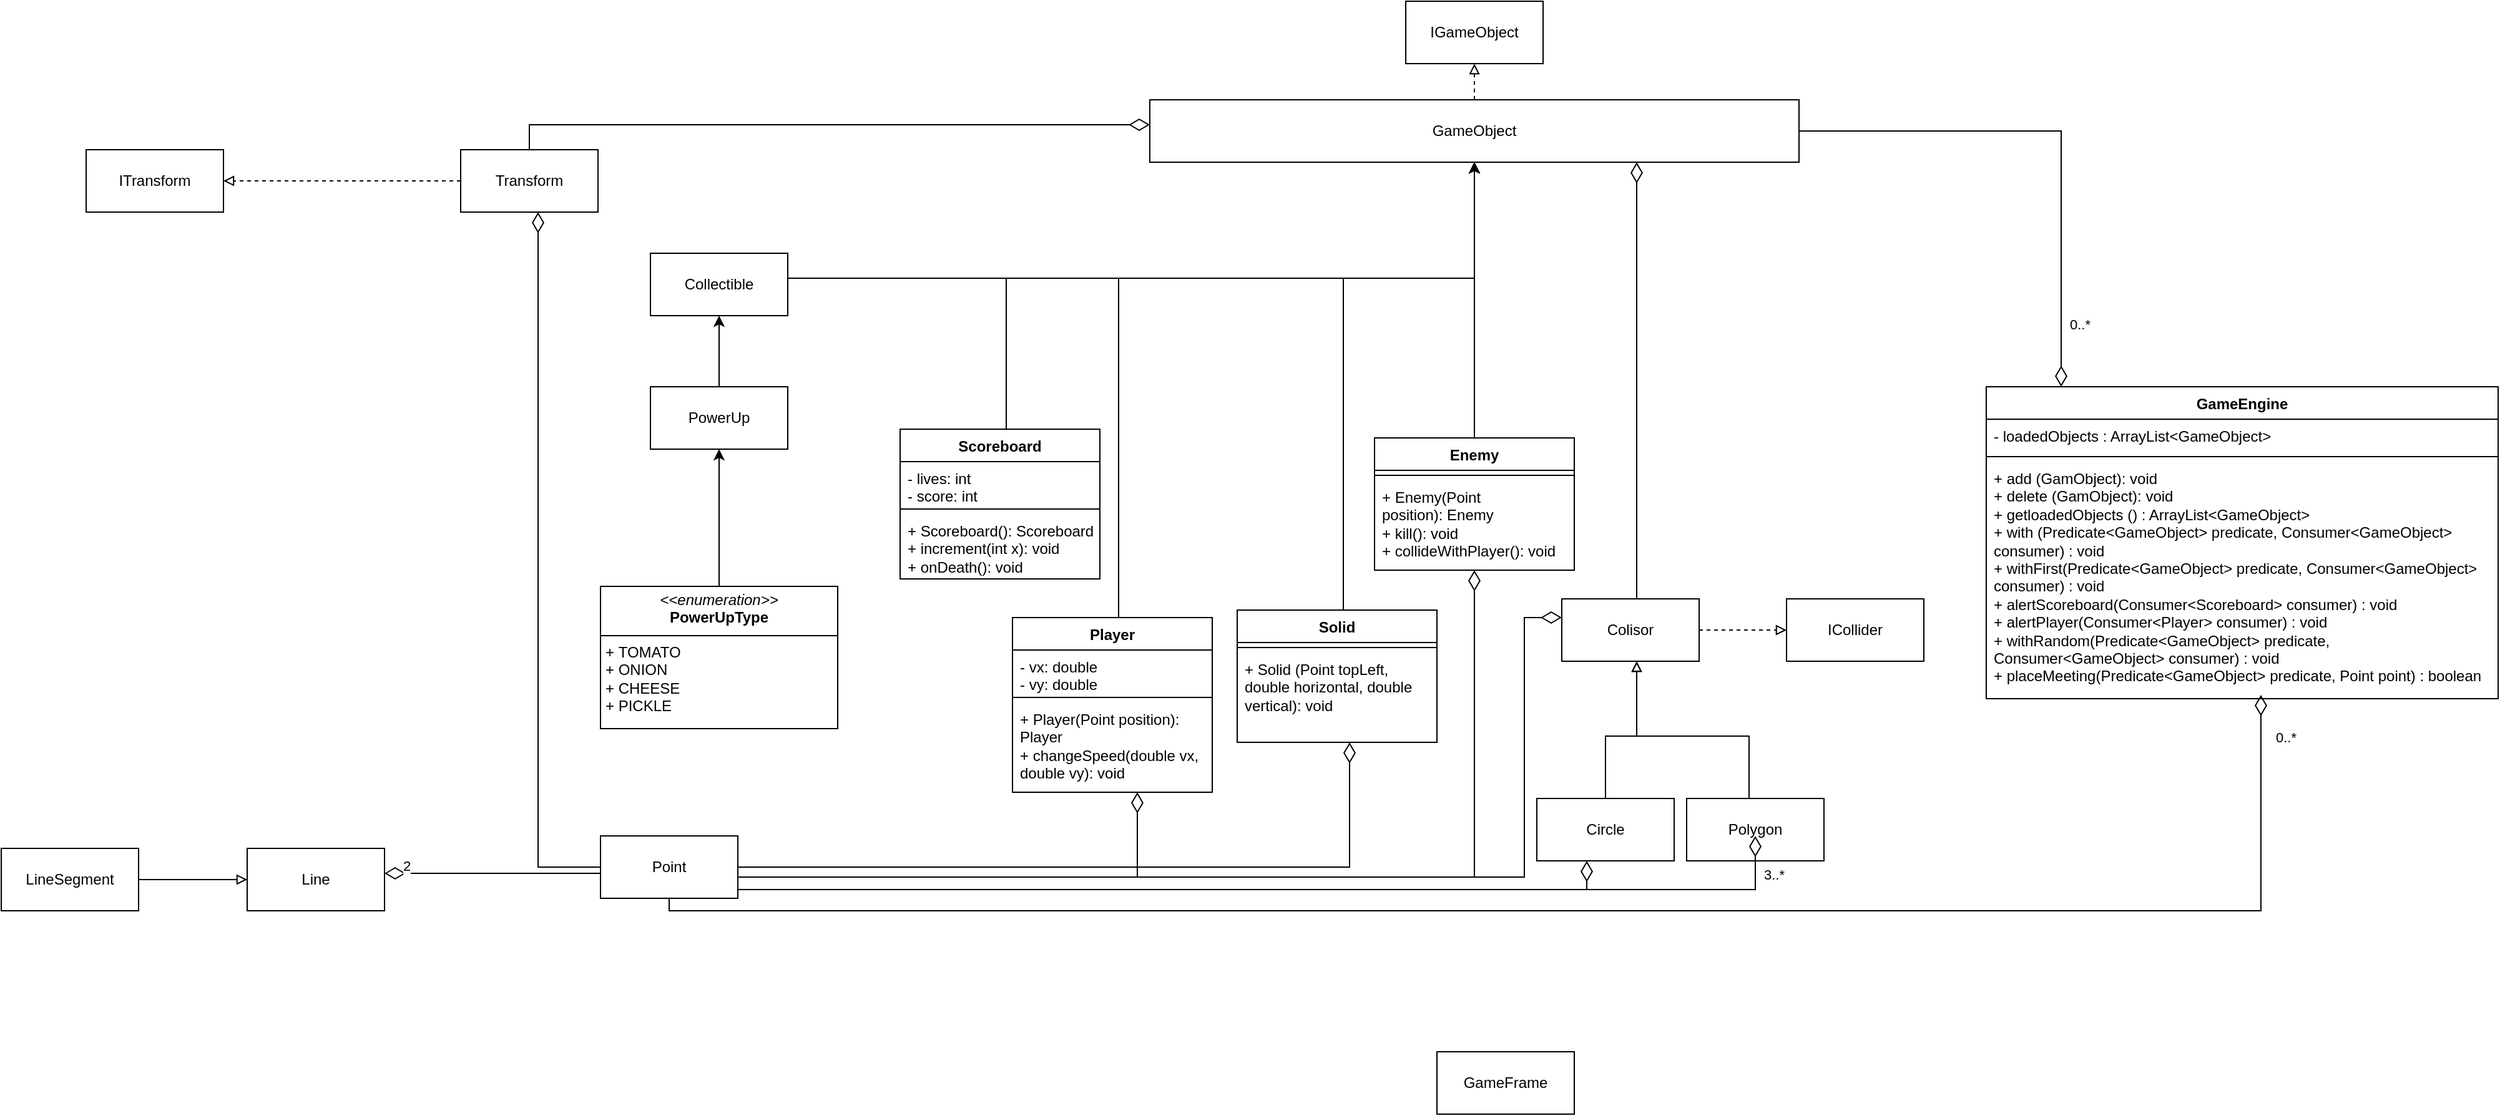
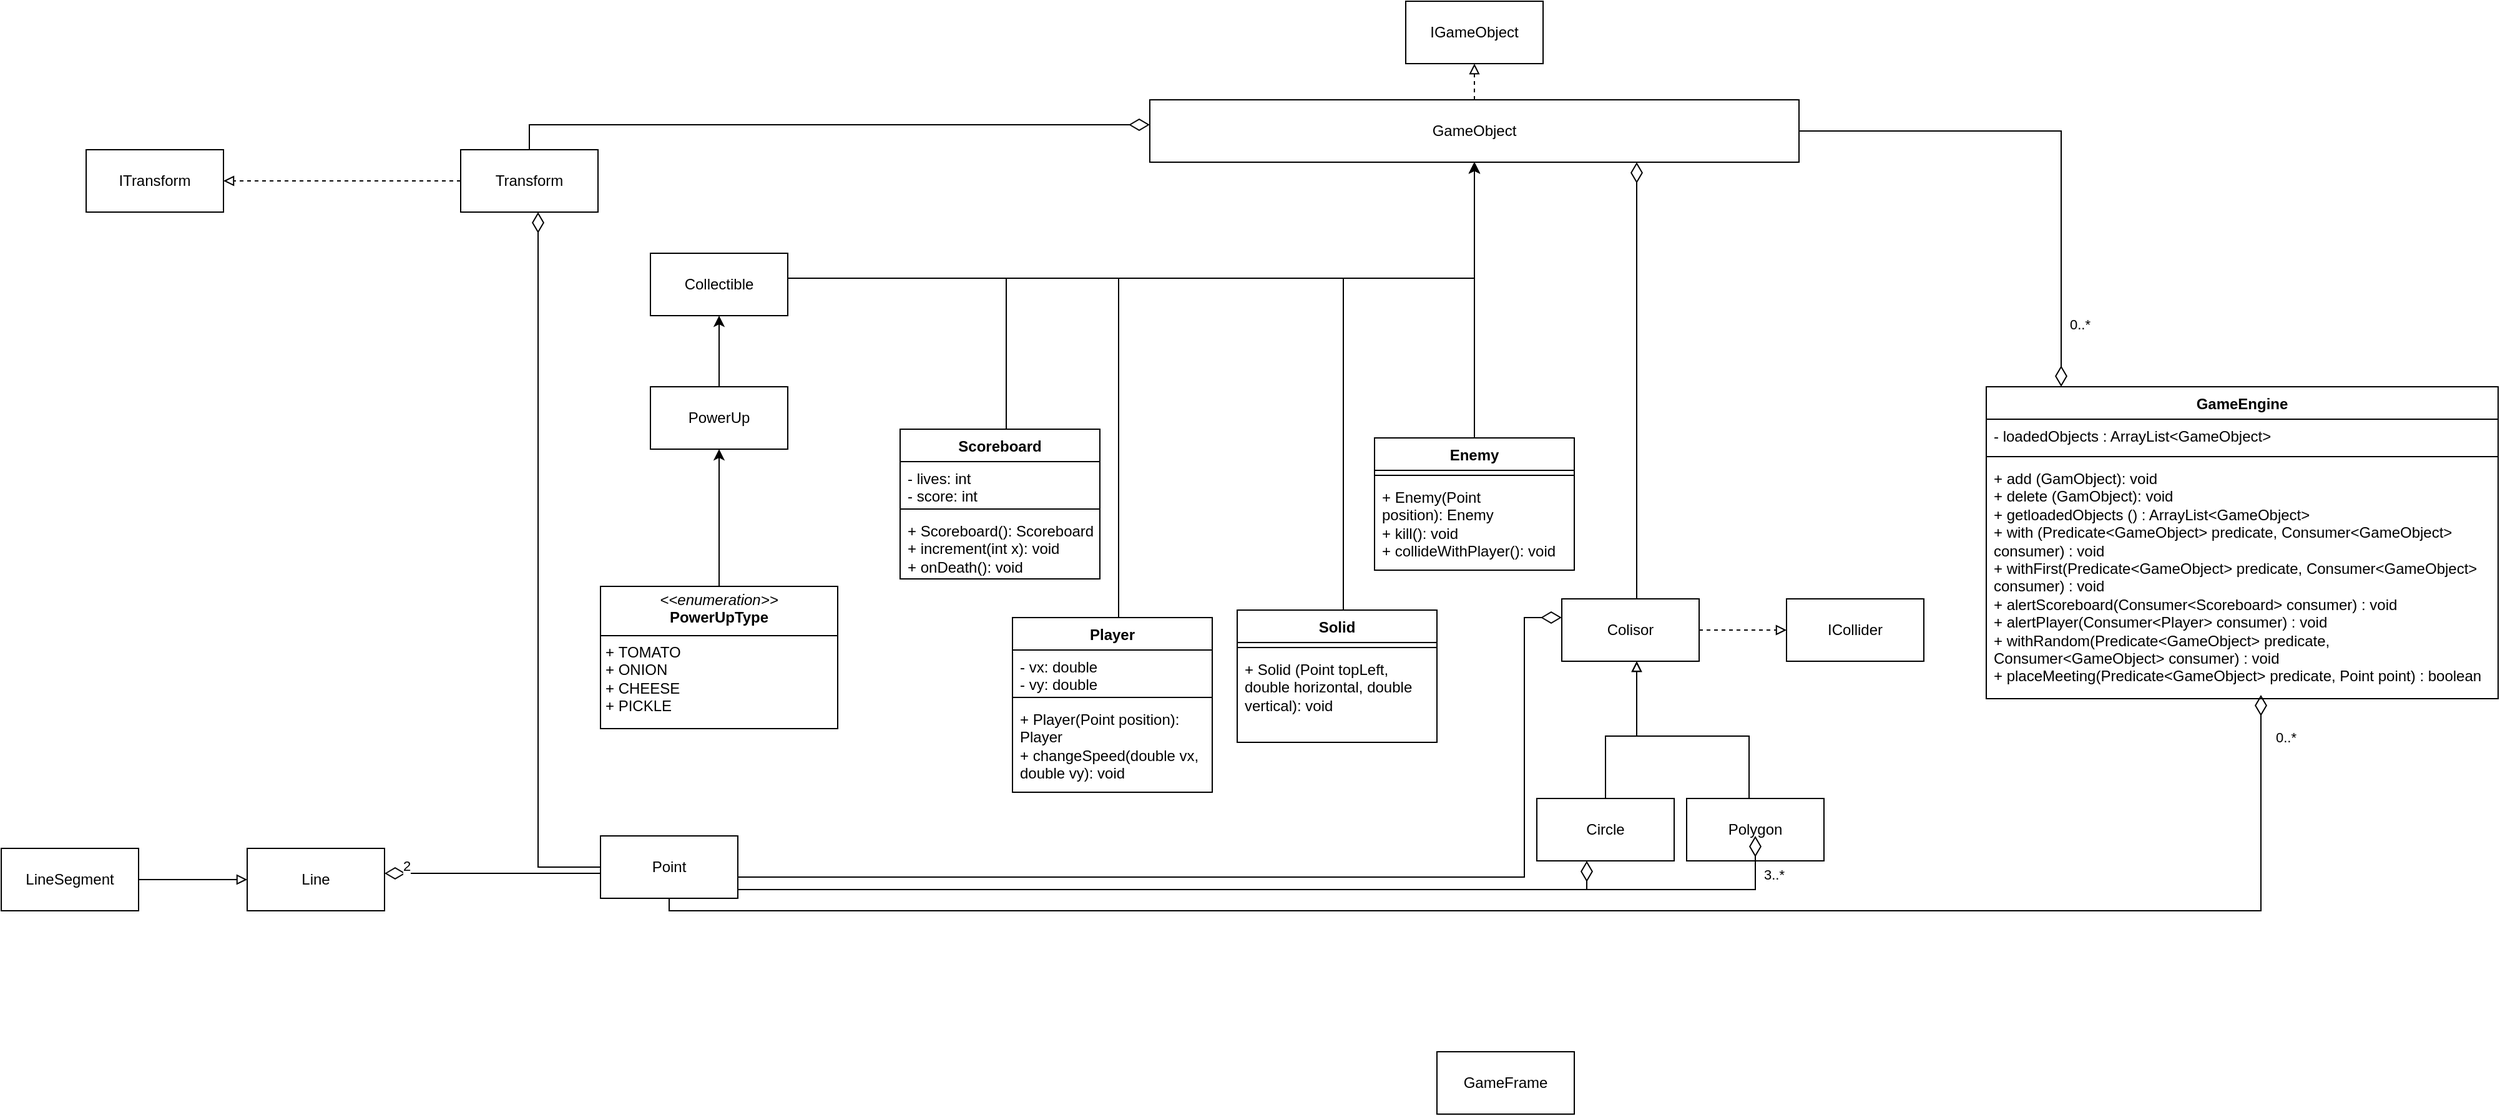
<mxfile host="Electron" agent="Mozilla/5.0 (X11; Linux x86_64) AppleWebKit/537.36 (KHTML, like Gecko) draw.io/26.2.2 Chrome/134.0.6998.178 Electron/35.1.2 Safari/537.36" version="26.2.2">
  <diagram name="Página-1" id="TPAtXWxRkIJJQsbXMNPa">
-     <mxGraphModel dx="2330" dy="2041" grid="1" gridSize="10" guides="1" tooltips="1" connect="1" arrows="1" fold="1" page="1" pageScale="1" pageWidth="827" pageHeight="1169" math="0" shadow="0">
+     <mxGraphModel dx="2255" dy="1997" grid="1" gridSize="10" guides="1" tooltips="1" connect="1" arrows="1" fold="1" page="1" pageScale="1" pageWidth="827" pageHeight="1169" math="0" shadow="0">
      <root>
        <mxCell id="0" />
        <mxCell id="1" parent="0" />
        <mxCell id="iqAs6xTmjVzmR_10nm-_-47" value="Polygon" style="html=1;whiteSpace=wrap;" parent="1" vertex="1">
          <mxGeometry x="750" y="-433" width="110" height="50" as="geometry" />
        </mxCell>
        <mxCell id="iqAs6xTmjVzmR_10nm-_-53" value="" style="endArrow=none;html=1;endSize=12;startArrow=diamondThin;startSize=14;startFill=0;edgeStyle=orthogonalEdgeStyle;align=left;verticalAlign=bottom;rounded=0;endFill=0;" parent="1" source="iqAs6xTmjVzmR_10nm-_-61" target="iqAs6xTmjVzmR_10nm-_-60" edge="1">
          <mxGeometry x="-1" y="3" relative="1" as="geometry">
            <mxPoint x="270" y="-463" as="sourcePoint" />
            <mxPoint x="400" y="-463" as="targetPoint" />
            <Array as="points">
              <mxPoint x="620" y="-578" />
              <mxPoint x="620" y="-370" />
            </Array>
          </mxGeometry>
        </mxCell>
        <mxCell id="iqAs6xTmjVzmR_10nm-_-54" value="3..*" style="endArrow=none;html=1;endSize=12;startArrow=diamondThin;startSize=14;startFill=0;edgeStyle=orthogonalEdgeStyle;align=left;verticalAlign=bottom;rounded=0;endFill=0;" parent="1" edge="1">
          <mxGeometry x="-0.9071" y="5" relative="1" as="geometry">
            <mxPoint x="805" y="-403" as="sourcePoint" />
            <mxPoint x="-10" y="-363" as="targetPoint" />
            <Array as="points">
              <mxPoint x="805" y="-360" />
              <mxPoint x="-10" y="-360" />
            </Array>
            <mxPoint as="offset" />
          </mxGeometry>
        </mxCell>
        <mxCell id="iqAs6xTmjVzmR_10nm-_-55" style="edgeStyle=orthogonalEdgeStyle;rounded=0;orthogonalLoop=1;jettySize=auto;html=1;endArrow=block;endFill=0;" parent="1" source="iqAs6xTmjVzmR_10nm-_-58" target="iqAs6xTmjVzmR_10nm-_-56" edge="1">
          <mxGeometry relative="1" as="geometry">
            <mxPoint x="461" y="-48" as="sourcePoint" />
            <Array as="points">
              <mxPoint x="-440" y="-368" />
              <mxPoint x="-440" y="-368" />
            </Array>
            <mxPoint x="419" y="-188" as="targetPoint" />
          </mxGeometry>
        </mxCell>
        <mxCell id="iqAs6xTmjVzmR_10nm-_-56" value="Line" style="html=1;whiteSpace=wrap;" parent="1" vertex="1">
          <mxGeometry x="-403" y="-393" width="110" height="50" as="geometry" />
        </mxCell>
        <mxCell id="iqAs6xTmjVzmR_10nm-_-58" value="LineSegment" style="html=1;whiteSpace=wrap;" parent="1" vertex="1">
          <mxGeometry x="-600" y="-393" width="110" height="50" as="geometry" />
        </mxCell>
        <mxCell id="iqAs6xTmjVzmR_10nm-_-59" value="Circle" style="html=1;whiteSpace=wrap;" parent="1" vertex="1">
          <mxGeometry x="630" y="-433" width="110" height="50" as="geometry" />
        </mxCell>
        <mxCell id="iqAs6xTmjVzmR_10nm-_-60" value="Point" style="html=1;whiteSpace=wrap;" parent="1" vertex="1">
          <mxGeometry x="-120" y="-403" width="110" height="50" as="geometry" />
        </mxCell>
        <mxCell id="iqAs6xTmjVzmR_10nm-_-61" value="Colisor" style="html=1;whiteSpace=wrap;" parent="1" vertex="1">
          <mxGeometry x="650" y="-593" width="110" height="50" as="geometry" />
        </mxCell>
        <mxCell id="iqAs6xTmjVzmR_10nm-_-63" value="" style="endArrow=block;dashed=1;html=1;rounded=0;startArrow=none;startFill=0;endFill=0;" parent="1" source="iqAs6xTmjVzmR_10nm-_-64" target="iqAs6xTmjVzmR_10nm-_-65" edge="1">
          <mxGeometry width="50" height="50" relative="1" as="geometry">
            <mxPoint x="537" y="-605" as="sourcePoint" />
            <mxPoint x="300" y="-653" as="targetPoint" />
          </mxGeometry>
        </mxCell>
        <mxCell id="iqAs6xTmjVzmR_10nm-_-64" value="Transform" style="html=1;whiteSpace=wrap;" parent="1" vertex="1">
          <mxGeometry x="-232" y="-953" width="110" height="50" as="geometry" />
        </mxCell>
        <mxCell id="iqAs6xTmjVzmR_10nm-_-65" value="ITransform" style="html=1;whiteSpace=wrap;" parent="1" vertex="1">
          <mxGeometry x="-532" y="-953" width="110" height="50" as="geometry" />
        </mxCell>
        <mxCell id="iqAs6xTmjVzmR_10nm-_-66" value="IGameObject" style="html=1;whiteSpace=wrap;" parent="1" vertex="1">
          <mxGeometry x="525" y="-1072" width="110" height="50" as="geometry" />
        </mxCell>
        <mxCell id="iqAs6xTmjVzmR_10nm-_-67" value="GameObject" style="html=1;whiteSpace=wrap;" parent="1" vertex="1">
          <mxGeometry x="320" y="-993" width="520" height="50" as="geometry" />
        </mxCell>
        <mxCell id="iqAs6xTmjVzmR_10nm-_-69" value="ICollider" style="html=1;whiteSpace=wrap;" parent="1" vertex="1">
          <mxGeometry x="830" y="-593" width="110" height="50" as="geometry" />
        </mxCell>
        <mxCell id="iqAs6xTmjVzmR_10nm-_-70" style="edgeStyle=orthogonalEdgeStyle;rounded=0;orthogonalLoop=1;jettySize=auto;html=1;endArrow=block;endFill=0;exitX=0.5;exitY=0;exitDx=0;exitDy=0;" parent="1" source="iqAs6xTmjVzmR_10nm-_-47" target="iqAs6xTmjVzmR_10nm-_-61" edge="1">
          <mxGeometry relative="1" as="geometry">
            <mxPoint x="722" y="-333" as="sourcePoint" />
            <Array as="points">
              <mxPoint x="800" y="-433" />
              <mxPoint x="800" y="-483" />
              <mxPoint x="710" y="-483" />
            </Array>
            <mxPoint x="680" y="-473" as="targetPoint" />
          </mxGeometry>
        </mxCell>
        <mxCell id="iqAs6xTmjVzmR_10nm-_-71" value="2" style="endArrow=none;html=1;endSize=12;startArrow=diamondThin;startSize=14;startFill=0;edgeStyle=orthogonalEdgeStyle;align=left;verticalAlign=bottom;rounded=0;endFill=0;" parent="1" source="iqAs6xTmjVzmR_10nm-_-56" target="iqAs6xTmjVzmR_10nm-_-60" edge="1">
          <mxGeometry x="-0.8497" y="-3" relative="1" as="geometry">
            <mxPoint x="328" y="-143" as="sourcePoint" />
            <mxPoint x="513" y="-293" as="targetPoint" />
            <Array as="points">
              <mxPoint x="-220" y="-373" />
              <mxPoint x="-220" y="-373" />
            </Array>
            <mxPoint as="offset" />
          </mxGeometry>
        </mxCell>
        <mxCell id="iqAs6xTmjVzmR_10nm-_-72" value="" style="endArrow=block;dashed=1;html=1;rounded=0;startArrow=none;startFill=0;endFill=0;" parent="1" source="iqAs6xTmjVzmR_10nm-_-67" target="iqAs6xTmjVzmR_10nm-_-66" edge="1">
          <mxGeometry width="50" height="50" relative="1" as="geometry">
            <mxPoint x="587" y="-725" as="sourcePoint" />
            <mxPoint x="350" y="-773" as="targetPoint" />
          </mxGeometry>
        </mxCell>
        <mxCell id="iqAs6xTmjVzmR_10nm-_-73" value="" style="endArrow=block;dashed=1;html=1;rounded=0;startArrow=none;startFill=0;endFill=0;" parent="1" source="iqAs6xTmjVzmR_10nm-_-61" target="iqAs6xTmjVzmR_10nm-_-69" edge="1">
          <mxGeometry width="50" height="50" relative="1" as="geometry">
            <mxPoint x="935" y="-483" as="sourcePoint" />
            <mxPoint x="830" y="-483" as="targetPoint" />
          </mxGeometry>
        </mxCell>
        <mxCell id="iqAs6xTmjVzmR_10nm-_-74" value="0..*" style="endArrow=none;html=1;endSize=12;startArrow=diamondThin;startSize=14;startFill=0;edgeStyle=orthogonalEdgeStyle;align=left;verticalAlign=bottom;rounded=0;endFill=0;" parent="1" source="oKuniA_5h0pZnWrvJ2aU-5" target="iqAs6xTmjVzmR_10nm-_-67" edge="1">
          <mxGeometry x="-0.8013" y="-5" relative="1" as="geometry">
            <mxPoint x="830" y="-713" as="sourcePoint" />
            <mxPoint x="925" y="-583" as="targetPoint" />
            <Array as="points">
              <mxPoint x="1050" y="-968" />
            </Array>
            <mxPoint as="offset" />
          </mxGeometry>
        </mxCell>
        <mxCell id="iqAs6xTmjVzmR_10nm-_-75" style="edgeStyle=orthogonalEdgeStyle;rounded=0;orthogonalLoop=1;jettySize=auto;html=1;endArrow=block;endFill=0;exitX=0.5;exitY=0;exitDx=0;exitDy=0;" parent="1" source="iqAs6xTmjVzmR_10nm-_-59" target="iqAs6xTmjVzmR_10nm-_-61" edge="1">
          <mxGeometry relative="1" as="geometry">
            <mxPoint x="666" y="-433" as="sourcePoint" />
            <Array as="points">
              <mxPoint x="685" y="-483" />
              <mxPoint x="710" y="-483" />
            </Array>
            <mxPoint x="624" y="-573" as="targetPoint" />
          </mxGeometry>
        </mxCell>
        <mxCell id="iqAs6xTmjVzmR_10nm-_-76" value="" style="endArrow=none;html=1;endSize=12;startArrow=diamondThin;startSize=14;startFill=0;edgeStyle=orthogonalEdgeStyle;align=left;verticalAlign=bottom;rounded=0;endFill=0;entryX=0.5;entryY=0;entryDx=0;entryDy=0;" parent="1" source="iqAs6xTmjVzmR_10nm-_-67" target="iqAs6xTmjVzmR_10nm-_-64" edge="1">
          <mxGeometry x="-1" y="3" relative="1" as="geometry">
            <mxPoint x="560" y="-693" as="sourcePoint" />
            <mxPoint x="560" y="-663" as="targetPoint" />
            <Array as="points">
              <mxPoint x="-177" y="-973" />
            </Array>
          </mxGeometry>
        </mxCell>
        <mxCell id="iqAs6xTmjVzmR_10nm-_-77" value="" style="endArrow=none;html=1;endSize=12;startArrow=diamondThin;startSize=14;startFill=0;edgeStyle=orthogonalEdgeStyle;align=left;verticalAlign=bottom;rounded=0;endFill=0;entryX=0.5;entryY=0;entryDx=0;entryDy=0;" parent="1" source="iqAs6xTmjVzmR_10nm-_-67" target="iqAs6xTmjVzmR_10nm-_-61" edge="1">
          <mxGeometry x="-1" y="3" relative="1" as="geometry">
            <mxPoint x="680" y="-653" as="sourcePoint" />
            <mxPoint x="810" y="-653" as="targetPoint" />
            <Array as="points">
              <mxPoint x="710" y="-593" />
            </Array>
          </mxGeometry>
        </mxCell>
        <mxCell id="iqAs6xTmjVzmR_10nm-_-78" value="" style="endArrow=none;html=1;endSize=12;startArrow=diamondThin;startSize=14;startFill=0;edgeStyle=orthogonalEdgeStyle;align=left;verticalAlign=bottom;rounded=0;endFill=0;" parent="1" source="iqAs6xTmjVzmR_10nm-_-64" target="iqAs6xTmjVzmR_10nm-_-60" edge="1">
          <mxGeometry x="-1" y="3" relative="1" as="geometry">
            <mxPoint x="260" y="-443" as="sourcePoint" />
            <mxPoint x="390" y="-443" as="targetPoint" />
            <Array as="points">
              <mxPoint x="-170" y="-378" />
            </Array>
          </mxGeometry>
        </mxCell>
        <mxCell id="iqAs6xTmjVzmR_10nm-_-79" value="" style="endArrow=none;html=1;endSize=12;startArrow=diamondThin;startSize=14;startFill=0;edgeStyle=orthogonalEdgeStyle;align=left;verticalAlign=bottom;rounded=0;endFill=0;" parent="1" source="iqAs6xTmjVzmR_10nm-_-59" target="iqAs6xTmjVzmR_10nm-_-60" edge="1">
          <mxGeometry x="-1" y="3" relative="1" as="geometry">
            <mxPoint x="560" y="-443" as="sourcePoint" />
            <mxPoint x="370" y="-353" as="targetPoint" />
            <Array as="points">
              <mxPoint x="670" y="-360" />
            </Array>
          </mxGeometry>
        </mxCell>
        <mxCell id="oKuniA_5h0pZnWrvJ2aU-5" value="GameEngine" style="swimlane;fontStyle=1;align=center;verticalAlign=top;childLayout=stackLayout;horizontal=1;startSize=26;horizontalStack=0;resizeParent=1;resizeParentMax=0;resizeLast=0;collapsible=1;marginBottom=0;whiteSpace=wrap;html=1;" parent="1" vertex="1">
          <mxGeometry x="990" y="-763" width="410" height="250" as="geometry" />
        </mxCell>
        <mxCell id="oKuniA_5h0pZnWrvJ2aU-6" value="- loadedObjects : ArrayList&amp;lt;GameObject&amp;gt;" style="text;strokeColor=none;fillColor=none;align=left;verticalAlign=top;spacingLeft=4;spacingRight=4;overflow=hidden;rotatable=0;points=[[0,0.5],[1,0.5]];portConstraint=eastwest;whiteSpace=wrap;html=1;" parent="oKuniA_5h0pZnWrvJ2aU-5" vertex="1">
          <mxGeometry y="26" width="410" height="26" as="geometry" />
        </mxCell>
        <mxCell id="oKuniA_5h0pZnWrvJ2aU-7" value="" style="line;strokeWidth=1;fillColor=none;align=left;verticalAlign=middle;spacingTop=-1;spacingLeft=3;spacingRight=3;rotatable=0;labelPosition=right;points=[];portConstraint=eastwest;strokeColor=inherit;" parent="oKuniA_5h0pZnWrvJ2aU-5" vertex="1">
          <mxGeometry y="52" width="410" height="8" as="geometry" />
        </mxCell>
        <mxCell id="oKuniA_5h0pZnWrvJ2aU-8" value="+ add (GamObject): void&lt;div&gt;+ delete (GamObject): void&lt;/div&gt;&lt;div&gt;+ getloadedObjects ()&lt;span style=&quot;background-color: transparent; color: light-dark(rgb(0, 0, 0), rgb(255, 255, 255));&quot;&gt;&amp;nbsp;: ArrayList&amp;lt;GameObject&amp;gt;&lt;/span&gt;&lt;/div&gt;&lt;div&gt;+&amp;nbsp;with (Predicate&amp;lt;GameObject&amp;gt; predicate, Consumer&amp;lt;GameObject&amp;gt; consumer) : void&lt;/div&gt;&lt;div&gt;+&amp;nbsp;withFirst(Predicate&amp;lt;GameObject&amp;gt; predicate, Consumer&amp;lt;GameObject&amp;gt; consumer) : void&lt;/div&gt;&lt;div&gt;+&amp;nbsp;alertScoreboard(Consumer&amp;lt;Scoreboard&amp;gt; consumer) : void&lt;/div&gt;&lt;div&gt;+&amp;nbsp;alertPlayer(Consumer&amp;lt;Player&amp;gt; consumer) : void&lt;/div&gt;&lt;div&gt;+&amp;nbsp;withRandom(Predicate&amp;lt;GameObject&amp;gt; predicate, Consumer&amp;lt;GameObject&amp;gt; consumer) : void&lt;/div&gt;&lt;div&gt;+&amp;nbsp;placeMeeting(Predicate&amp;lt;GameObject&amp;gt; predicate, Point point) : boolean&lt;/div&gt;" style="text;strokeColor=none;fillColor=none;align=left;verticalAlign=top;spacingLeft=4;spacingRight=4;overflow=hidden;rotatable=0;points=[[0,0.5],[1,0.5]];portConstraint=eastwest;whiteSpace=wrap;html=1;" parent="oKuniA_5h0pZnWrvJ2aU-5" vertex="1">
          <mxGeometry y="60" width="410" height="190" as="geometry" />
        </mxCell>
        <mxCell id="oKuniA_5h0pZnWrvJ2aU-15" value="0..*" style="endArrow=none;html=1;endSize=12;startArrow=diamondThin;startSize=14;startFill=0;edgeStyle=orthogonalEdgeStyle;align=left;verticalAlign=bottom;rounded=0;endFill=0;" parent="1" target="iqAs6xTmjVzmR_10nm-_-60" edge="1">
          <mxGeometry x="-0.9412" y="10" relative="1" as="geometry">
            <mxPoint x="1210" y="-515.9999999999999" as="sourcePoint" />
            <mxPoint x="-64.99999999999977" y="-356" as="targetPoint" />
            <Array as="points">
              <mxPoint x="1210" y="-343" />
              <mxPoint x="-65" y="-343" />
            </Array>
            <mxPoint as="offset" />
          </mxGeometry>
        </mxCell>
        <mxCell id="QFEcBac0O0UYr3OeZy01-21" style="edgeStyle=orthogonalEdgeStyle;rounded=0;orthogonalLoop=1;jettySize=auto;html=1;" parent="1" source="oKuniA_5h0pZnWrvJ2aU-37" target="QFEcBac0O0UYr3OeZy01-6" edge="1">
          <mxGeometry relative="1" as="geometry" />
        </mxCell>
        <mxCell id="oKuniA_5h0pZnWrvJ2aU-37" value="&lt;p style=&quot;margin:0px;margin-top:4px;text-align:center;&quot;&gt;&lt;i&gt;&amp;lt;&amp;lt;enumeration&amp;gt;&amp;gt;&lt;/i&gt;&lt;br&gt;&lt;b&gt;PowerUpType&lt;/b&gt;&lt;/p&gt;&lt;hr size=&quot;1&quot; style=&quot;border-style:solid;&quot;&gt;&lt;p style=&quot;margin:0px;margin-left:4px;&quot;&gt;+&amp;nbsp;TOMATO&lt;/p&gt;&lt;p style=&quot;margin:0px;margin-left:4px;&quot;&gt;+&amp;nbsp;ONION&lt;/p&gt;&lt;p style=&quot;margin:0px;margin-left:4px;&quot;&gt;+&amp;nbsp;CHEESE&lt;/p&gt;&lt;p style=&quot;margin:0px;margin-left:4px;&quot;&gt;+&amp;nbsp;PICKLE&lt;/p&gt;" style="verticalAlign=top;align=left;overflow=fill;html=1;whiteSpace=wrap;" parent="1" vertex="1">
          <mxGeometry x="-120" y="-603" width="190" height="114" as="geometry" />
        </mxCell>
        <mxCell id="QFEcBac0O0UYr3OeZy01-18" style="edgeStyle=orthogonalEdgeStyle;rounded=0;orthogonalLoop=1;jettySize=auto;html=1;" parent="1" source="kEA9Ujy-xpp_A-Y0548K-15" target="iqAs6xTmjVzmR_10nm-_-67" edge="1">
          <mxGeometry relative="1" as="geometry">
            <Array as="points">
              <mxPoint x="475" y="-850" />
              <mxPoint x="580" y="-850" />
            </Array>
            <mxPoint x="475" y="-543" as="sourcePoint" />
          </mxGeometry>
        </mxCell>
        <mxCell id="QFEcBac0O0UYr3OeZy01-19" style="edgeStyle=orthogonalEdgeStyle;rounded=0;orthogonalLoop=1;jettySize=auto;html=1;" parent="1" source="kEA9Ujy-xpp_A-Y0548K-20" target="iqAs6xTmjVzmR_10nm-_-67" edge="1">
          <mxGeometry relative="1" as="geometry">
            <mxPoint x="580" y="-693" as="sourcePoint" />
            <Array as="points">
              <mxPoint x="580" y="-810" />
              <mxPoint x="580" y="-810" />
            </Array>
          </mxGeometry>
        </mxCell>
        <mxCell id="QFEcBac0O0UYr3OeZy01-17" style="edgeStyle=orthogonalEdgeStyle;rounded=0;orthogonalLoop=1;jettySize=auto;html=1;" parent="1" source="kEA9Ujy-xpp_A-Y0548K-10" target="iqAs6xTmjVzmR_10nm-_-67" edge="1">
          <mxGeometry relative="1" as="geometry">
            <Array as="points">
              <mxPoint x="295" y="-850" />
              <mxPoint x="580" y="-850" />
            </Array>
            <mxPoint x="295" y="-584" as="sourcePoint" />
          </mxGeometry>
        </mxCell>
        <mxCell id="QFEcBac0O0UYr3OeZy01-5" value="Collectible" style="html=1;whiteSpace=wrap;" parent="1" vertex="1">
          <mxGeometry x="-80" y="-870" width="110" height="50" as="geometry" />
        </mxCell>
        <mxCell id="QFEcBac0O0UYr3OeZy01-20" style="edgeStyle=orthogonalEdgeStyle;rounded=0;orthogonalLoop=1;jettySize=auto;html=1;" parent="1" source="QFEcBac0O0UYr3OeZy01-6" target="QFEcBac0O0UYr3OeZy01-5" edge="1">
          <mxGeometry relative="1" as="geometry" />
        </mxCell>
        <mxCell id="QFEcBac0O0UYr3OeZy01-6" value="PowerUp" style="html=1;whiteSpace=wrap;" parent="1" vertex="1">
          <mxGeometry x="-80" y="-763" width="110" height="50" as="geometry" />
        </mxCell>
        <mxCell id="QFEcBac0O0UYr3OeZy01-15" style="edgeStyle=orthogonalEdgeStyle;rounded=0;orthogonalLoop=1;jettySize=auto;html=1;entryX=0.5;entryY=1;entryDx=0;entryDy=0;" parent="1" source="QFEcBac0O0UYr3OeZy01-5" target="iqAs6xTmjVzmR_10nm-_-67" edge="1">
          <mxGeometry relative="1" as="geometry">
            <Array as="points">
              <mxPoint x="580" y="-850" />
            </Array>
          </mxGeometry>
        </mxCell>
        <mxCell id="QFEcBac0O0UYr3OeZy01-16" style="edgeStyle=orthogonalEdgeStyle;rounded=0;orthogonalLoop=1;jettySize=auto;html=1;" parent="1" source="kEA9Ujy-xpp_A-Y0548K-6" target="iqAs6xTmjVzmR_10nm-_-67" edge="1">
          <mxGeometry relative="1" as="geometry">
            <Array as="points">
              <mxPoint x="205" y="-850" />
              <mxPoint x="580" y="-850" />
            </Array>
            <mxPoint x="205" y="-730" as="sourcePoint" />
          </mxGeometry>
        </mxCell>
        <mxCell id="kEA9Ujy-xpp_A-Y0548K-1" value="GameFrame" style="html=1;whiteSpace=wrap;" vertex="1" parent="1">
          <mxGeometry x="550" y="-230" width="110" height="50" as="geometry" />
        </mxCell>
        <mxCell id="kEA9Ujy-xpp_A-Y0548K-6" value="Scoreboard" style="swimlane;fontStyle=1;align=center;verticalAlign=top;childLayout=stackLayout;horizontal=1;startSize=26;horizontalStack=0;resizeParent=1;resizeParentMax=0;resizeLast=0;collapsible=1;marginBottom=0;whiteSpace=wrap;html=1;" vertex="1" parent="1">
          <mxGeometry x="120" y="-729" width="160" height="120" as="geometry" />
        </mxCell>
        <mxCell id="kEA9Ujy-xpp_A-Y0548K-7" value="- lives: int&lt;div&gt;- score: int&lt;/div&gt;" style="text;strokeColor=none;fillColor=none;align=left;verticalAlign=top;spacingLeft=4;spacingRight=4;overflow=hidden;rotatable=0;points=[[0,0.5],[1,0.5]];portConstraint=eastwest;whiteSpace=wrap;html=1;" vertex="1" parent="kEA9Ujy-xpp_A-Y0548K-6">
          <mxGeometry y="26" width="160" height="34" as="geometry" />
        </mxCell>
        <mxCell id="kEA9Ujy-xpp_A-Y0548K-8" value="" style="line;strokeWidth=1;fillColor=none;align=left;verticalAlign=middle;spacingTop=-1;spacingLeft=3;spacingRight=3;rotatable=0;labelPosition=right;points=[];portConstraint=eastwest;strokeColor=inherit;" vertex="1" parent="kEA9Ujy-xpp_A-Y0548K-6">
          <mxGeometry y="60" width="160" height="8" as="geometry" />
        </mxCell>
        <mxCell id="kEA9Ujy-xpp_A-Y0548K-9" value="&lt;div&gt;+ Scoreboard(): Scoreboard&lt;/div&gt;+ increment(int x): void&lt;div&gt;+ onDeath(): void&lt;/div&gt;" style="text;strokeColor=none;fillColor=none;align=left;verticalAlign=top;spacingLeft=4;spacingRight=4;overflow=hidden;rotatable=0;points=[[0,0.5],[1,0.5]];portConstraint=eastwest;whiteSpace=wrap;html=1;" vertex="1" parent="kEA9Ujy-xpp_A-Y0548K-6">
          <mxGeometry y="68" width="160" height="52" as="geometry" />
        </mxCell>
        <mxCell id="kEA9Ujy-xpp_A-Y0548K-10" value="Player" style="swimlane;fontStyle=1;align=center;verticalAlign=top;childLayout=stackLayout;horizontal=1;startSize=26;horizontalStack=0;resizeParent=1;resizeParentMax=0;resizeLast=0;collapsible=1;marginBottom=0;whiteSpace=wrap;html=1;" vertex="1" parent="1">
          <mxGeometry x="210" y="-578" width="160" height="140" as="geometry" />
        </mxCell>
        <mxCell id="kEA9Ujy-xpp_A-Y0548K-11" value="- vx: double&lt;div&gt;- vy: double&lt;/div&gt;" style="text;strokeColor=none;fillColor=none;align=left;verticalAlign=top;spacingLeft=4;spacingRight=4;overflow=hidden;rotatable=0;points=[[0,0.5],[1,0.5]];portConstraint=eastwest;whiteSpace=wrap;html=1;" vertex="1" parent="kEA9Ujy-xpp_A-Y0548K-10">
          <mxGeometry y="26" width="160" height="34" as="geometry" />
        </mxCell>
        <mxCell id="kEA9Ujy-xpp_A-Y0548K-12" value="" style="line;strokeWidth=1;fillColor=none;align=left;verticalAlign=middle;spacingTop=-1;spacingLeft=3;spacingRight=3;rotatable=0;labelPosition=right;points=[];portConstraint=eastwest;strokeColor=inherit;" vertex="1" parent="kEA9Ujy-xpp_A-Y0548K-10">
          <mxGeometry y="60" width="160" height="8" as="geometry" />
        </mxCell>
        <mxCell id="kEA9Ujy-xpp_A-Y0548K-13" value="&lt;div&gt;+ Player(Point position): Player&lt;/div&gt;+ changeSpeed(double vx, double vy): void" style="text;strokeColor=none;fillColor=none;align=left;verticalAlign=top;spacingLeft=4;spacingRight=4;overflow=hidden;rotatable=0;points=[[0,0.5],[1,0.5]];portConstraint=eastwest;whiteSpace=wrap;html=1;" vertex="1" parent="kEA9Ujy-xpp_A-Y0548K-10">
          <mxGeometry y="68" width="160" height="72" as="geometry" />
        </mxCell>
-         <mxCell id="kEA9Ujy-xpp_A-Y0548K-14" value="" style="endArrow=none;html=1;endSize=12;startArrow=diamondThin;startSize=14;startFill=0;edgeStyle=orthogonalEdgeStyle;align=left;verticalAlign=bottom;rounded=0;endFill=0;entryX=1;entryY=0.5;entryDx=0;entryDy=0;" edge="1" parent="1" source="kEA9Ujy-xpp_A-Y0548K-10" target="iqAs6xTmjVzmR_10nm-_-60">
-           <mxGeometry x="-1" y="3" relative="1" as="geometry">
-             <mxPoint x="660" y="-568" as="sourcePoint" />
-             <mxPoint y="-353" as="targetPoint" />
-             <Array as="points">
-               <mxPoint x="310" y="-370" />
-               <mxPoint x="-10" y="-370" />
-             </Array>
-           </mxGeometry>
-         </mxCell>
        <mxCell id="kEA9Ujy-xpp_A-Y0548K-15" value="Solid" style="swimlane;fontStyle=1;align=center;verticalAlign=top;childLayout=stackLayout;horizontal=1;startSize=26;horizontalStack=0;resizeParent=1;resizeParentMax=0;resizeLast=0;collapsible=1;marginBottom=0;whiteSpace=wrap;html=1;" vertex="1" parent="1">
          <mxGeometry x="390" y="-584" width="160" height="106" as="geometry" />
        </mxCell>
        <mxCell id="kEA9Ujy-xpp_A-Y0548K-17" value="" style="line;strokeWidth=1;fillColor=none;align=left;verticalAlign=middle;spacingTop=-1;spacingLeft=3;spacingRight=3;rotatable=0;labelPosition=right;points=[];portConstraint=eastwest;strokeColor=inherit;" vertex="1" parent="kEA9Ujy-xpp_A-Y0548K-15">
          <mxGeometry y="26" width="160" height="8" as="geometry" />
        </mxCell>
        <mxCell id="kEA9Ujy-xpp_A-Y0548K-18" value="&lt;div&gt;+ Solid (Point topLeft, double horizontal,&amp;nbsp;&lt;span style=&quot;background-color: transparent; color: light-dark(rgb(0, 0, 0), rgb(255, 255, 255));&quot;&gt;double vertical&lt;/span&gt;&lt;span style=&quot;background-color: transparent; color: light-dark(rgb(0, 0, 0), rgb(255, 255, 255));&quot;&gt;): void&lt;/span&gt;&lt;/div&gt;" style="text;strokeColor=none;fillColor=none;align=left;verticalAlign=top;spacingLeft=4;spacingRight=4;overflow=hidden;rotatable=0;points=[[0,0.5],[1,0.5]];portConstraint=eastwest;whiteSpace=wrap;html=1;" vertex="1" parent="kEA9Ujy-xpp_A-Y0548K-15">
          <mxGeometry y="34" width="160" height="72" as="geometry" />
        </mxCell>
-         <mxCell id="kEA9Ujy-xpp_A-Y0548K-19" value="" style="endArrow=none;html=1;endSize=12;startArrow=diamondThin;startSize=14;startFill=0;edgeStyle=orthogonalEdgeStyle;align=left;verticalAlign=bottom;rounded=0;endFill=0;" edge="1" parent="1" source="kEA9Ujy-xpp_A-Y0548K-15" target="iqAs6xTmjVzmR_10nm-_-60">
-           <mxGeometry x="-1" y="3" relative="1" as="geometry">
-             <mxPoint x="320" y="-428" as="sourcePoint" />
-             <mxPoint y="-368" as="targetPoint" />
-             <Array as="points">
-               <mxPoint x="480" y="-378" />
-             </Array>
-           </mxGeometry>
-         </mxCell>
        <mxCell id="kEA9Ujy-xpp_A-Y0548K-20" value="Enemy" style="swimlane;fontStyle=1;align=center;verticalAlign=top;childLayout=stackLayout;horizontal=1;startSize=26;horizontalStack=0;resizeParent=1;resizeParentMax=0;resizeLast=0;collapsible=1;marginBottom=0;whiteSpace=wrap;html=1;" vertex="1" parent="1">
          <mxGeometry x="500" y="-722" width="160" height="106" as="geometry" />
        </mxCell>
        <mxCell id="kEA9Ujy-xpp_A-Y0548K-22" value="" style="line;strokeWidth=1;fillColor=none;align=left;verticalAlign=middle;spacingTop=-1;spacingLeft=3;spacingRight=3;rotatable=0;labelPosition=right;points=[];portConstraint=eastwest;strokeColor=inherit;" vertex="1" parent="kEA9Ujy-xpp_A-Y0548K-20">
          <mxGeometry y="26" width="160" height="8" as="geometry" />
        </mxCell>
        <mxCell id="kEA9Ujy-xpp_A-Y0548K-23" value="&lt;div&gt;+ Enemy(Point position):&amp;nbsp;&lt;span style=&quot;background-color: transparent; color: light-dark(rgb(0, 0, 0), rgb(255, 255, 255));&quot;&gt;Enemy&lt;/span&gt;&lt;/div&gt;+ kill(): void&lt;div&gt;+ collideWithPlayer(): void&lt;/div&gt;" style="text;strokeColor=none;fillColor=none;align=left;verticalAlign=top;spacingLeft=4;spacingRight=4;overflow=hidden;rotatable=0;points=[[0,0.5],[1,0.5]];portConstraint=eastwest;whiteSpace=wrap;html=1;" vertex="1" parent="kEA9Ujy-xpp_A-Y0548K-20">
          <mxGeometry y="34" width="160" height="72" as="geometry" />
-         </mxCell>
-         <mxCell id="kEA9Ujy-xpp_A-Y0548K-25" value="" style="endArrow=none;html=1;endSize=12;startArrow=diamondThin;startSize=14;startFill=0;edgeStyle=orthogonalEdgeStyle;align=left;verticalAlign=bottom;rounded=0;endFill=0;" edge="1" parent="1" source="kEA9Ujy-xpp_A-Y0548K-20" target="iqAs6xTmjVzmR_10nm-_-60">
-           <mxGeometry x="-1" y="3" relative="1" as="geometry">
-             <mxPoint x="580" y="-489" as="sourcePoint" />
-             <mxPoint x="90" y="-389" as="targetPoint" />
-             <Array as="points">
-               <mxPoint x="580" y="-370" />
-             </Array>
-           </mxGeometry>
        </mxCell>
      </root>
    </mxGraphModel>
  </diagram>
</mxfile>
